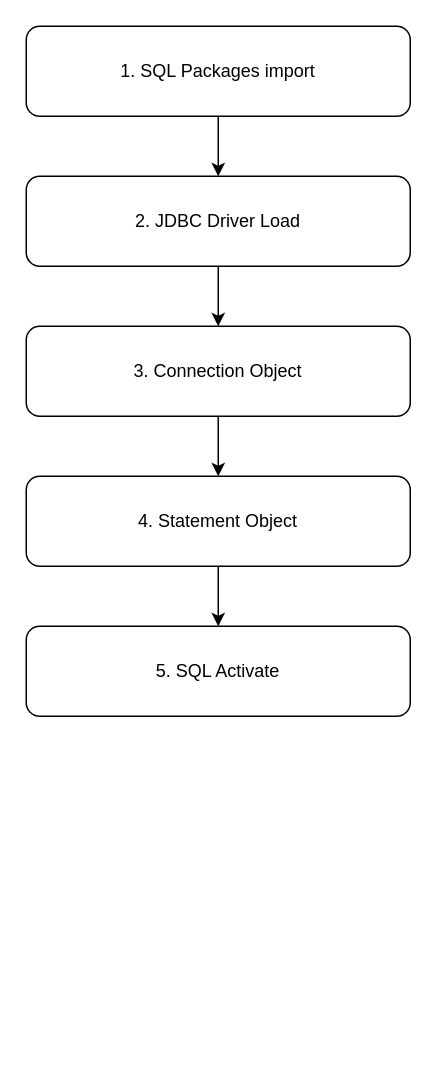
The draw.io diagram DB Flow.drawio in jjun-panda/JunDB, before the edit. Source tidied: cells renumbered, new cells numbered last; positions are measured from the earlier drawing's top-left corner, leaving out a move shared by most shapes. Both pictures are drawn from the tidied source at 150%, with x=0, y=0 at pixel (26, 26).
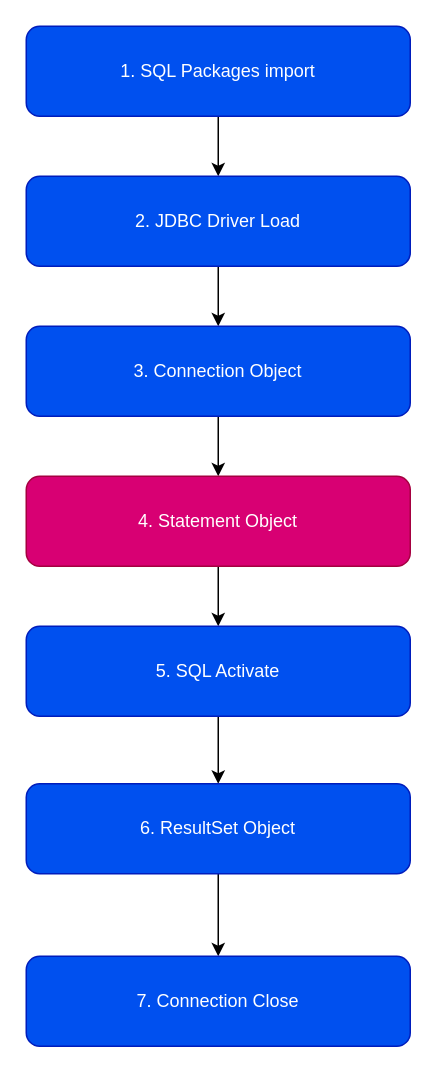
Above is the later version.

Diff of the diagram source:
```diff
@@
 <mxGraphModel>
   <root>
     <mxCell id="0" />
     <mxCell id="1" parent="0" />
     <mxCell id="2" style="edgeStyle=orthogonalEdgeStyle;rounded=0;jettySize=auto;html=1;" parent="1" edge="1" source="3" target="5">
       <mxGeometry relative="1" as="geometry" />
     </mxCell>
-    <mxCell id="3" value="1.&amp;nbsp;SQL Packages import" style="rounded=1;whiteSpace=wrap;html=1;" parent="1" vertex="1">
+    <mxCell id="3" value="1.&amp;nbsp;SQL Packages import" style="rounded=1;whiteSpace=wrap;html=1;fillColor=#0050ef;fontColor=#ffffff;strokeColor=#001DBC;" parent="1" vertex="1">
       <mxGeometry width="256" height="60" as="geometry" />
     </mxCell>
     <mxCell id="4" style="edgeStyle=orthogonalEdgeStyle;rounded=0;jettySize=auto;html=1;" parent="1" edge="1" source="5" target="7">
       <mxGeometry relative="1" as="geometry" />
     </mxCell>
-    <mxCell id="5" value="2. JDBC Driver Load" style="rounded=1;whiteSpace=wrap;html=1;" parent="1" vertex="1">
+    <mxCell id="5" value="2. JDBC Driver Load" style="rounded=1;whiteSpace=wrap;html=1;fillColor=#0050ef;fontColor=#ffffff;strokeColor=#001DBC;" parent="1" vertex="1">
       <mxGeometry y="100" width="256" height="60" as="geometry" />
     </mxCell>
     <mxCell id="6" style="edgeStyle=orthogonalEdgeStyle;rounded=0;jettySize=auto;html=1;" parent="1" edge="1" source="7" target="9">
       <mxGeometry relative="1" as="geometry" />
     </mxCell>
-    <mxCell id="7" value="3. Connection Object" style="rounded=1;whiteSpace=wrap;html=1;" parent="1" vertex="1">
+    <mxCell id="7" value="3. Connection Object" style="rounded=1;whiteSpace=wrap;html=1;fillColor=#0050ef;fontColor=#ffffff;strokeColor=#001DBC;" parent="1" vertex="1">
       <mxGeometry y="200" width="256" height="60" as="geometry" />
     </mxCell>
     <mxCell id="8" style="edgeStyle=orthogonalEdgeStyle;rounded=0;jettySize=auto;html=1;" parent="1" edge="1" source="9" target="10">
       <mxGeometry relative="1" as="geometry" />
     </mxCell>
-    <mxCell id="9" value="4. Statement Object" style="rounded=1;whiteSpace=wrap;html=1;" parent="1" vertex="1">
+    <mxCell id="9" value="4. Statement Object" style="rounded=1;whiteSpace=wrap;html=1;fillColor=#d80073;fontColor=#ffffff;strokeColor=#A50040;" parent="1" vertex="1">
       <mxGeometry y="300" width="256" height="60" as="geometry" />
     </mxCell>
+    <mxCell id="11" style="edgeStyle=orthogonalEdgeStyle;rounded=0;jettySize=auto;html=1;" parent="1" edge="1" source="10" target="13">
+      <mxGeometry relative="1" as="geometry" />
+    </mxCell>
-    <mxCell id="10" value="5. SQL Activate" style="rounded=1;whiteSpace=wrap;html=1;" parent="1" vertex="1">
+    <mxCell id="10" value="5. SQL Activate" style="rounded=1;whiteSpace=wrap;html=1;fillColor=#0050ef;fontColor=#ffffff;strokeColor=#001DBC;" parent="1" vertex="1">
       <mxGeometry y="400" width="256" height="60" as="geometry" />
     </mxCell>
+    <mxCell id="12" style="edgeStyle=orthogonalEdgeStyle;rounded=0;jettySize=auto;html=1;" parent="1" edge="1" source="13" target="14">
+      <mxGeometry relative="1" as="geometry" />
+    </mxCell>
+    <mxCell id="13" value="6. ResultSet Object" style="rounded=1;whiteSpace=wrap;html=1;fillColor=#0050ef;fontColor=#ffffff;strokeColor=#001DBC;" parent="1" vertex="1">
+      <mxGeometry y="505" width="256" height="60" as="geometry" />
+    </mxCell>
+    <mxCell id="14" value="7. Connection Close" style="rounded=1;whiteSpace=wrap;html=1;fillColor=#0050ef;fontColor=#ffffff;strokeColor=#001DBC;" parent="1" vertex="1">
+      <mxGeometry y="620" width="256" height="60" as="geometry" />
+    </mxCell>
   </root>
 </mxGraphModel>
```
